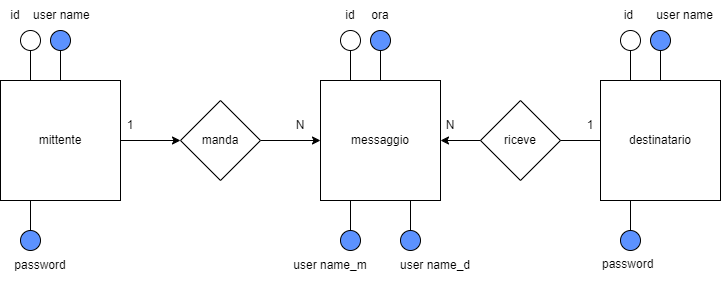
Earlier version of the draw.io export public/Diagrammi/architettura_info_chat.drawio.png (teemoisaslave/Chat). Source tidied: cells renumbered, new cells last; positions are measured from the earlier drawing's top-left corner, leaving out a move shared by most shapes. Its diagram source:
```xml
<mxGraphModel>
  <root>
    <mxCell id="0" />
    <mxCell id="1" parent="0" />
    <mxCell id="2" style="edgeStyle=orthogonalEdgeStyle;rounded=0;jettySize=auto;html=1;entryX=0;entryY=0.5;entryDx=0;entryDy=0;" parent="1" edge="1" source="8" target="4">
      <mxGeometry relative="1" as="geometry" />
    </mxCell>
    <mxCell id="3" value="mittente" style="whiteSpace=wrap;html=1;" parent="1" vertex="1">
      <mxGeometry y="80" width="120" height="120" as="geometry" />
    </mxCell>
    <mxCell id="4" value="messaggio" style="whiteSpace=wrap;html=1;" parent="1" vertex="1">
      <mxGeometry x="320" y="80" width="120" height="120" as="geometry" />
    </mxCell>
    <mxCell id="5" style="edgeStyle=orthogonalEdgeStyle;rounded=0;jettySize=auto;html=1;entryX=1;entryY=0.5;entryDx=0;entryDy=0;" parent="1" edge="1" source="6" target="4">
      <mxGeometry relative="1" as="geometry" />
    </mxCell>
    <mxCell id="6" value="destinatario" style="whiteSpace=wrap;html=1;" parent="1" vertex="1">
      <mxGeometry x="600" y="80" width="120" height="120" as="geometry" />
    </mxCell>
    <mxCell id="7" style="edgeStyle=orthogonalEdgeStyle;rounded=0;jettySize=auto;html=1;entryX=0;entryY=0.5;entryDx=0;entryDy=0;" parent="1" edge="1" source="3" target="8">
      <mxGeometry relative="1" as="geometry" />
    </mxCell>
    <mxCell id="8" value="manda" style="rhombus;whiteSpace=wrap;html=1;" parent="1" vertex="1">
      <mxGeometry x="180" y="100" width="80" height="80" as="geometry" />
    </mxCell>
    <mxCell id="9" value="N" style="text;html=1;align=center;verticalAlign=middle;whiteSpace=wrap;rounded=0;" parent="1" vertex="1">
      <mxGeometry x="270" y="110" width="60" height="30" as="geometry" />
    </mxCell>
    <mxCell id="10" value="N" style="text;html=1;align=center;verticalAlign=middle;whiteSpace=wrap;rounded=0;" parent="1" vertex="1">
      <mxGeometry x="420" y="110" width="60" height="30" as="geometry" />
    </mxCell>
    <mxCell id="11" value="riceve" style="rhombus;whiteSpace=wrap;html=1;" parent="1" vertex="1">
      <mxGeometry x="480" y="100" width="80" height="80" as="geometry" />
    </mxCell>
    <mxCell id="12" value="1" style="text;html=1;align=center;verticalAlign=middle;whiteSpace=wrap;rounded=0;" parent="1" vertex="1">
      <mxGeometry x="100" y="110" width="60" height="30" as="geometry" />
    </mxCell>
    <mxCell id="13" value="1" style="text;html=1;align=center;verticalAlign=middle;whiteSpace=wrap;rounded=0;" parent="1" vertex="1">
      <mxGeometry x="560" y="110" width="60" height="30" as="geometry" />
    </mxCell>
    <mxCell id="14" style="endArrow=none;html=1;rounded=0;exitX=0.25;exitY=0;exitDx=0;exitDy=0;" parent="1" edge="1" source="3">
      <mxGeometry relative="1" as="geometry">
        <mxPoint x="30" y="50" as="targetPoint" />
      </mxGeometry>
    </mxCell>
    <mxCell id="15" style="ellipse;whiteSpace=wrap;html=1;" parent="1" vertex="1">
      <mxGeometry x="20" y="30" width="20" height="20" as="geometry" />
    </mxCell>
    <mxCell id="16" style="endArrow=none;html=1;rounded=0;exitX=0.5;exitY=0;exitDx=0;exitDy=0;" parent="1" edge="1" source="3">
      <mxGeometry relative="1" as="geometry">
        <mxPoint x="60" y="50" as="targetPoint" />
      </mxGeometry>
    </mxCell>
    <mxCell id="17" style="ellipse;whiteSpace=wrap;html=1;fillColor=#5C92FF;" parent="1" vertex="1">
      <mxGeometry x="50" y="30" width="20" height="20" as="geometry" />
    </mxCell>
    <mxCell id="18" value="id&amp;nbsp;&amp;nbsp;&amp;nbsp; user name" style="text;html=1;align=center;verticalAlign=middle;whiteSpace=wrap;rounded=0;" parent="1" vertex="1">
      <mxGeometry width="100" height="30" as="geometry" />
    </mxCell>
    <mxCell id="19" style="endArrow=none;html=1;rounded=0;exitX=0.25;exitY=0;exitDx=0;exitDy=0;" parent="1" edge="1" source="4">
      <mxGeometry relative="1" as="geometry">
        <mxPoint x="350" y="50" as="targetPoint" />
      </mxGeometry>
    </mxCell>
    <mxCell id="20" style="ellipse;whiteSpace=wrap;html=1;" parent="1" vertex="1">
      <mxGeometry x="340" y="30" width="20" height="20" as="geometry" />
    </mxCell>
    <mxCell id="21" value="id" style="text;html=1;align=center;verticalAlign=middle;whiteSpace=wrap;rounded=0;" parent="1" vertex="1">
      <mxGeometry x="320" width="60" height="30" as="geometry" />
    </mxCell>
    <mxCell id="22" style="endArrow=none;html=1;rounded=0;exitX=0.5;exitY=0;exitDx=0;exitDy=0;" parent="1" edge="1" source="4" target="23">
      <mxGeometry relative="1" as="geometry" />
    </mxCell>
    <mxCell id="23" style="ellipse;whiteSpace=wrap;html=1;fillColor=#5C92FF;" parent="1" vertex="1">
      <mxGeometry x="370" y="30" width="20" height="20" as="geometry" />
    </mxCell>
    <mxCell id="24" value="ora" style="text;html=1;align=center;verticalAlign=middle;whiteSpace=wrap;rounded=0;" parent="1" vertex="1">
      <mxGeometry x="350" width="60" height="30" as="geometry" />
    </mxCell>
    <mxCell id="25" style="ellipse;whiteSpace=wrap;html=1;" parent="1" vertex="1">
      <mxGeometry x="620" y="30" width="20" height="20" as="geometry" />
    </mxCell>
    <mxCell id="26" style="ellipse;whiteSpace=wrap;html=1;fillColor=#5C92FF;" parent="1" vertex="1">
      <mxGeometry x="650" y="30" width="20" height="20" as="geometry" />
    </mxCell>
    <mxCell id="27" style="endArrow=none;html=1;rounded=0;exitX=0.25;exitY=0;exitDx=0;exitDy=0;" parent="1" edge="1" source="6">
      <mxGeometry relative="1" as="geometry">
        <mxPoint x="630" y="50" as="targetPoint" />
      </mxGeometry>
    </mxCell>
    <mxCell id="28" style="endArrow=none;html=1;rounded=0;exitX=0.5;exitY=0;exitDx=0;exitDy=0;entryX=0.5;entryY=1;entryDx=0;entryDy=0;" parent="1" edge="1" source="6" target="26">
      <mxGeometry relative="1" as="geometry" />
    </mxCell>
    <mxCell id="29" value="&amp;nbsp;&amp;nbsp;&amp;nbsp;&amp;nbsp; id&amp;nbsp;&amp;nbsp;&amp;nbsp;&amp;nbsp;&amp;nbsp;&amp;nbsp; user name" style="text;html=1;align=center;verticalAlign=middle;whiteSpace=wrap;rounded=0;" parent="1" vertex="1">
      <mxGeometry x="600" width="120" height="30" as="geometry" />
    </mxCell>
    <mxCell id="30" style="endArrow=none;html=1;rounded=0;exitX=0.25;exitY=1;exitDx=0;exitDy=0;" parent="1" edge="1" source="3">
      <mxGeometry relative="1" as="geometry">
        <mxPoint x="30" y="230" as="targetPoint" />
      </mxGeometry>
    </mxCell>
    <mxCell id="31" style="endArrow=none;html=1;rounded=0;exitX=0.25;exitY=1;exitDx=0;exitDy=0;" parent="1" edge="1" source="36">
      <mxGeometry relative="1" as="geometry">
        <mxPoint x="630" y="240" as="targetPoint" />
      </mxGeometry>
    </mxCell>
    <mxCell id="32" style="ellipse;whiteSpace=wrap;html=1;fillColor=#5C92FF;" parent="1" vertex="1">
      <mxGeometry x="20" y="230" width="20" height="20" as="geometry" />
    </mxCell>
    <mxCell id="33" value="password" style="text;html=1;align=center;verticalAlign=middle;whiteSpace=wrap;rounded=0;" parent="1" vertex="1">
      <mxGeometry x="10" y="250" width="60" height="30" as="geometry" />
    </mxCell>
    <mxCell id="34" value="password" style="text;whiteSpace=wrap;html=1;" parent="1" vertex="1">
      <mxGeometry x="600" y="250" width="90" height="40" as="geometry" />
    </mxCell>
    <mxCell id="35" style="endArrow=none;html=1;rounded=0;exitX=0.25;exitY=1;exitDx=0;exitDy=0;" parent="1" edge="1" source="6" target="36">
      <mxGeometry relative="1" as="geometry" />
    </mxCell>
    <mxCell id="36" style="ellipse;whiteSpace=wrap;html=1;fillColor=#5C92FF;" parent="1" vertex="1">
      <mxGeometry x="620" y="230" width="20" height="20" as="geometry" />
    </mxCell>
    <mxCell id="37" style="endArrow=none;html=1;rounded=0;exitX=0.25;exitY=1;exitDx=0;exitDy=0;" parent="1" edge="1" source="4">
      <mxGeometry relative="1" as="geometry">
        <mxPoint x="350" y="230" as="targetPoint" />
      </mxGeometry>
    </mxCell>
    <mxCell id="38" style="ellipse;whiteSpace=wrap;html=1;fillColor=#5C92FF;" parent="1" vertex="1">
      <mxGeometry x="340" y="230" width="20" height="20" as="geometry" />
    </mxCell>
    <mxCell id="39" value="user name_m" style="text;html=1;align=center;verticalAlign=middle;whiteSpace=wrap;rounded=0;" parent="1" vertex="1">
      <mxGeometry x="290" y="250" width="80" height="30" as="geometry" />
    </mxCell>
    <mxCell id="40" style="endArrow=none;html=1;rounded=0;entryX=0.75;entryY=1;entryDx=0;entryDy=0;" parent="1" edge="1" target="4">
      <mxGeometry relative="1" as="geometry">
        <mxPoint x="410" y="230" as="sourcePoint" />
      </mxGeometry>
    </mxCell>
    <mxCell id="41" style="ellipse;whiteSpace=wrap;html=1;fillColor=#5C92FF;" parent="1" vertex="1">
      <mxGeometry x="400" y="230" width="20" height="20" as="geometry" />
    </mxCell>
    <mxCell id="42" value="user name_d" style="text;html=1;align=center;verticalAlign=middle;whiteSpace=wrap;rounded=0;" parent="1" vertex="1">
      <mxGeometry x="390" y="250" width="90" height="30" as="geometry" />
    </mxCell>
  </root>
</mxGraphModel>
```
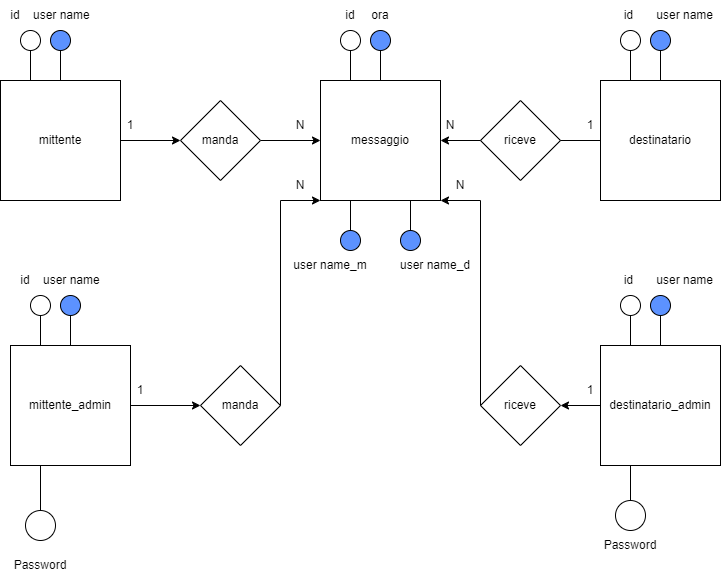
After the change.

Change to the diagram source:
```diff
@@ -94,31 +94,6 @@
     <mxCell id="29" value="&amp;nbsp;&amp;nbsp;&amp;nbsp;&amp;nbsp; id&amp;nbsp;&amp;nbsp;&amp;nbsp;&amp;nbsp;&amp;nbsp;&amp;nbsp; user name" style="text;html=1;align=center;verticalAlign=middle;whiteSpace=wrap;rounded=0;" parent="1" vertex="1">
       <mxGeometry x="600" width="120" height="30" as="geometry" />
     </mxCell>
-    <mxCell id="30" style="endArrow=none;html=1;rounded=0;exitX=0.25;exitY=1;exitDx=0;exitDy=0;" parent="1" edge="1" source="3">
-      <mxGeometry relative="1" as="geometry">
-        <mxPoint x="30" y="230" as="targetPoint" />
-      </mxGeometry>
-    </mxCell>
-    <mxCell id="31" style="endArrow=none;html=1;rounded=0;exitX=0.25;exitY=1;exitDx=0;exitDy=0;" parent="1" edge="1" source="36">
-      <mxGeometry relative="1" as="geometry">
-        <mxPoint x="630" y="240" as="targetPoint" />
-      </mxGeometry>
-    </mxCell>
-    <mxCell id="32" style="ellipse;whiteSpace=wrap;html=1;fillColor=#5C92FF;" parent="1" vertex="1">
-      <mxGeometry x="20" y="230" width="20" height="20" as="geometry" />
-    </mxCell>
-    <mxCell id="33" value="password" style="text;html=1;align=center;verticalAlign=middle;whiteSpace=wrap;rounded=0;" parent="1" vertex="1">
-      <mxGeometry x="10" y="250" width="60" height="30" as="geometry" />
-    </mxCell>
-    <mxCell id="34" value="password" style="text;whiteSpace=wrap;html=1;" parent="1" vertex="1">
-      <mxGeometry x="600" y="250" width="90" height="40" as="geometry" />
-    </mxCell>
-    <mxCell id="35" style="endArrow=none;html=1;rounded=0;exitX=0.25;exitY=1;exitDx=0;exitDy=0;" parent="1" edge="1" source="6" target="36">
-      <mxGeometry relative="1" as="geometry" />
-    </mxCell>
-    <mxCell id="36" style="ellipse;whiteSpace=wrap;html=1;fillColor=#5C92FF;" parent="1" vertex="1">
-      <mxGeometry x="620" y="230" width="20" height="20" as="geometry" />
-    </mxCell>
     <mxCell id="37" style="endArrow=none;html=1;rounded=0;exitX=0.25;exitY=1;exitDx=0;exitDy=0;" parent="1" edge="1" source="4">
       <mxGeometry relative="1" as="geometry">
         <mxPoint x="350" y="230" as="targetPoint" />
@@ -141,5 +116,107 @@
     <mxCell id="42" value="user name_d" style="text;html=1;align=center;verticalAlign=middle;whiteSpace=wrap;rounded=0;" parent="1" vertex="1">
       <mxGeometry x="390" y="250" width="90" height="30" as="geometry" />
     </mxCell>
+    <mxCell id="43" value="mittente_admin" style="whiteSpace=wrap;html=1;" parent="1" vertex="1">
+      <mxGeometry x="10" y="345" width="120" height="120" as="geometry" />
+    </mxCell>
+    <mxCell id="44" style="edgeStyle=orthogonalEdgeStyle;rounded=0;jettySize=auto;html=1;entryX=0;entryY=0.5;entryDx=0;entryDy=0;" parent="1" edge="1" source="43" target="45">
+      <mxGeometry relative="1" as="geometry" />
+    </mxCell>
+    <mxCell id="45" value="manda" style="rhombus;whiteSpace=wrap;html=1;" parent="1" vertex="1">
+      <mxGeometry x="200" y="365" width="80" height="80" as="geometry" />
+    </mxCell>
+    <mxCell id="46" value="1" style="text;html=1;align=center;verticalAlign=middle;whiteSpace=wrap;rounded=0;" parent="1" vertex="1">
+      <mxGeometry x="110" y="375" width="60" height="30" as="geometry" />
+    </mxCell>
+    <mxCell id="47" style="endArrow=none;html=1;rounded=0;exitX=0.25;exitY=0;exitDx=0;exitDy=0;" parent="1" edge="1" source="43">
+      <mxGeometry relative="1" as="geometry">
+        <mxPoint x="40" y="315" as="targetPoint" />
+      </mxGeometry>
+    </mxCell>
+    <mxCell id="48" style="ellipse;whiteSpace=wrap;html=1;" parent="1" vertex="1">
+      <mxGeometry x="30" y="295" width="20" height="20" as="geometry" />
+    </mxCell>
+    <mxCell id="49" style="endArrow=none;html=1;rounded=0;exitX=0.5;exitY=0;exitDx=0;exitDy=0;" parent="1" edge="1" source="43">
+      <mxGeometry relative="1" as="geometry">
+        <mxPoint x="70" y="315" as="targetPoint" />
+      </mxGeometry>
+    </mxCell>
+    <mxCell id="50" style="ellipse;whiteSpace=wrap;html=1;fillColor=#5C92FF;" parent="1" vertex="1">
+      <mxGeometry x="60" y="295" width="20" height="20" as="geometry" />
+    </mxCell>
+    <mxCell id="51" value="id&amp;nbsp;&amp;nbsp;&amp;nbsp; user name" style="text;html=1;align=center;verticalAlign=middle;whiteSpace=wrap;rounded=0;" parent="1" vertex="1">
+      <mxGeometry x="10" y="265" width="100" height="30" as="geometry" />
+    </mxCell>
+    <mxCell id="52" value="destinatario_admin" style="whiteSpace=wrap;html=1;" parent="1" vertex="1">
+      <mxGeometry x="600" y="345" width="120" height="120" as="geometry" />
+    </mxCell>
+    <mxCell id="53" value="riceve" style="rhombus;whiteSpace=wrap;html=1;" parent="1" vertex="1">
+      <mxGeometry x="480" y="365" width="80" height="80" as="geometry" />
+    </mxCell>
+    <mxCell id="54" value="1" style="text;html=1;align=center;verticalAlign=middle;whiteSpace=wrap;rounded=0;" parent="1" vertex="1">
+      <mxGeometry x="560" y="375" width="60" height="30" as="geometry" />
+    </mxCell>
+    <mxCell id="55" style="ellipse;whiteSpace=wrap;html=1;" parent="1" vertex="1">
+      <mxGeometry x="620" y="295" width="20" height="20" as="geometry" />
+    </mxCell>
+    <mxCell id="56" style="ellipse;whiteSpace=wrap;html=1;fillColor=#5C92FF;" parent="1" vertex="1">
+      <mxGeometry x="650" y="295" width="20" height="20" as="geometry" />
+    </mxCell>
+    <mxCell id="57" style="endArrow=none;html=1;rounded=0;exitX=0.25;exitY=0;exitDx=0;exitDy=0;" parent="1" edge="1" source="52">
+      <mxGeometry relative="1" as="geometry">
+        <mxPoint x="630" y="315" as="targetPoint" />
+      </mxGeometry>
+    </mxCell>
+    <mxCell id="58" style="endArrow=none;html=1;rounded=0;exitX=0.5;exitY=0;exitDx=0;exitDy=0;entryX=0.5;entryY=1;entryDx=0;entryDy=0;" parent="1" edge="1" source="52" target="56">
+      <mxGeometry relative="1" as="geometry" />
+    </mxCell>
+    <mxCell id="59" value="&amp;nbsp;&amp;nbsp;&amp;nbsp;&amp;nbsp; id&amp;nbsp;&amp;nbsp;&amp;nbsp;&amp;nbsp;&amp;nbsp;&amp;nbsp; user name" style="text;html=1;align=center;verticalAlign=middle;whiteSpace=wrap;rounded=0;" parent="1" vertex="1">
+      <mxGeometry x="600" y="265" width="120" height="30" as="geometry" />
+    </mxCell>
+    <mxCell id="60" style="endArrow=classic;html=1;rounded=0;exitX=0;exitY=0.5;exitDx=0;exitDy=0;entryX=1;entryY=1;entryDx=0;entryDy=0;" parent="1" edge="1" source="53" target="4">
+      <mxGeometry relative="1" as="geometry">
+        <Array as="points">
+          <mxPoint x="480" y="200" />
+        </Array>
+      </mxGeometry>
+    </mxCell>
+    <mxCell id="61" style="endArrow=classic;html=1;rounded=0;exitX=1;exitY=0.5;exitDx=0;exitDy=0;entryX=0;entryY=1;entryDx=0;entryDy=0;" parent="1" edge="1" source="45" target="4">
+      <mxGeometry relative="1" as="geometry">
+        <Array as="points">
+          <mxPoint x="280" y="200" />
+        </Array>
+      </mxGeometry>
+    </mxCell>
+    <mxCell id="62" style="endArrow=classic;html=1;rounded=0;entryX=1;entryY=0.5;entryDx=0;entryDy=0;exitX=0;exitY=0.5;exitDx=0;exitDy=0;" parent="1" edge="1" source="52" target="53">
+      <mxGeometry relative="1" as="geometry" />
+    </mxCell>
+    <mxCell id="63" value="N" style="text;html=1;align=center;verticalAlign=middle;whiteSpace=wrap;rounded=0;" parent="1" vertex="1">
+      <mxGeometry x="270" y="170" width="60" height="30" as="geometry" />
+    </mxCell>
+    <mxCell id="64" value="N" style="text;html=1;align=center;verticalAlign=middle;whiteSpace=wrap;rounded=0;" parent="1" vertex="1">
+      <mxGeometry x="430" y="170" width="60" height="30" as="geometry" />
+    </mxCell>
+    <mxCell id="65" style="endArrow=none;html=1;rounded=0;entryX=0.25;entryY=1;entryDx=0;entryDy=0;" parent="1" edge="1" target="43">
+      <mxGeometry relative="1" as="geometry">
+        <mxPoint x="40" y="510" as="sourcePoint" />
+      </mxGeometry>
+    </mxCell>
+    <mxCell id="66" style="endArrow=none;html=1;rounded=0;entryX=0.25;entryY=1;entryDx=0;entryDy=0;" parent="1" edge="1" target="52">
+      <mxGeometry relative="1" as="geometry">
+        <mxPoint x="630" y="500" as="sourcePoint" />
+      </mxGeometry>
+    </mxCell>
+    <mxCell id="67" style="ellipse;whiteSpace=wrap;html=1;" parent="1" vertex="1">
+      <mxGeometry x="25" y="510" width="30" height="30" as="geometry" />
+    </mxCell>
+    <mxCell id="68" style="ellipse;whiteSpace=wrap;html=1;" parent="1" vertex="1">
+      <mxGeometry x="615" y="500" width="30" height="30" as="geometry" />
+    </mxCell>
+    <mxCell id="69" value="Password" style="text;html=1;align=center;verticalAlign=middle;whiteSpace=wrap;rounded=0;" parent="1" vertex="1">
+      <mxGeometry x="10" y="550" width="60" height="30" as="geometry" />
+    </mxCell>
+    <mxCell id="70" value="Password" style="text;html=1;align=center;verticalAlign=middle;whiteSpace=wrap;rounded=0;" parent="1" vertex="1">
+      <mxGeometry x="600" y="530" width="60" height="30" as="geometry" />
+    </mxCell>
   </root>
 </mxGraphModel>
```
